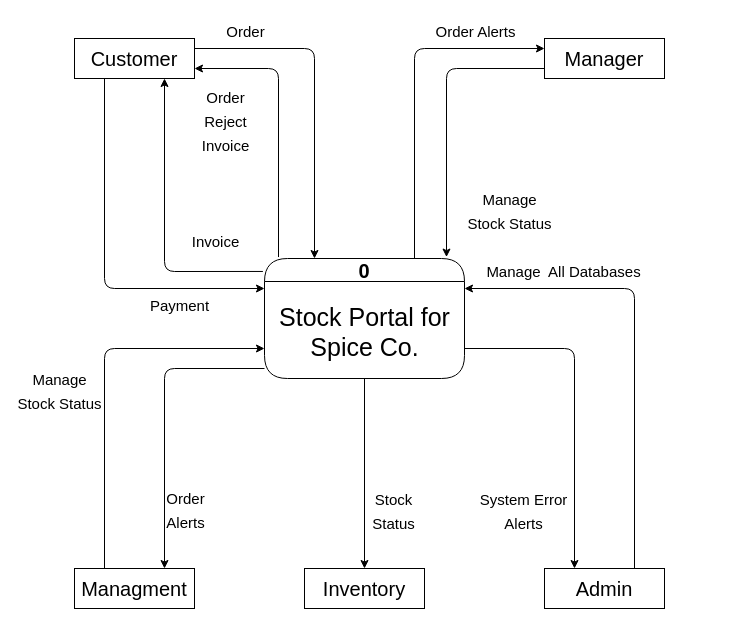
AnushkaIsuranga/Stock_Portal_for_Spice_Co. keeps this draw.io diagram as Documentation/Charts/DFD(Context).drawio. Above is the earlier version. Source tidied: cells renumbered, new cells numbered last; positions are measured from the earlier drawing's top-left corner, leaving out a move shared by most shapes. Both pictures are drawn from the tidied source at 100%, with x=0, y=0 at pixel (54, 28).
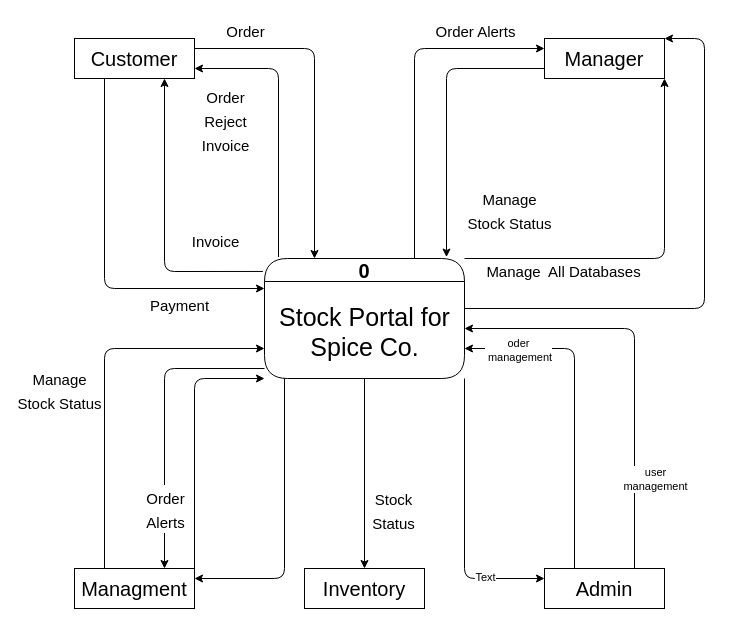
After the change.

Unchanged cells that the change refers to:
```xml
<mxCell id="2" value="&lt;font style=&quot;font-size: 20px;&quot;&gt;0&lt;/font&gt;" style="swimlane;whiteSpace=wrap;html=1;rounded=1;arcSize=50;" parent="1" vertex="1">
  <mxGeometry x="210" y="230" width="200" height="120" as="geometry" />
</mxCell>
<mxCell id="5" value="&lt;div style=&quot;text-align: start;&quot;&gt;&lt;font style=&quot;background-color: initial; font-size: 20px;&quot;&gt;Manager&lt;/font&gt;&lt;span style=&quot;background-color: initial; font-size: 0px;&quot;&gt;&lt;font face=&quot;monospace&quot; color=&quot;rgba(0, 0, 0, 0)&quot;&gt;https://music.youtube.com/watch?v=BXsjKvdEae4&amp;amp;si=lK1nP5Bo9hr5hulV&lt;/font&gt;&lt;/span&gt;&lt;/div&gt;" style="rounded=0;whiteSpace=wrap;html=1;fontSize=14;" parent="1" vertex="1">
  <mxGeometry x="490" y="10" width="120" height="40" as="geometry" />
</mxCell>
<mxCell id="6" value="&lt;div style=&quot;text-align: start;&quot;&gt;&lt;span style=&quot;font-size: 20px;&quot;&gt;Admin&lt;/span&gt;&lt;/div&gt;" style="rounded=0;whiteSpace=wrap;html=1;fontSize=14;" parent="1" vertex="1">
  <mxGeometry x="490" y="540" width="120" height="40" as="geometry" />
</mxCell>
<mxCell id="8" value="&lt;div style=&quot;text-align: start;&quot;&gt;&lt;span style=&quot;font-size: 20px;&quot;&gt;Managment&lt;/span&gt;&lt;/div&gt;" style="rounded=0;whiteSpace=wrap;html=1;fontSize=14;" parent="1" vertex="1">
  <mxGeometry x="20" y="540" width="120" height="40" as="geometry" />
</mxCell>
<mxCell id="9" style="endArrow=classic;html=1;fontSize=20;entryX=0.75;entryY=0;entryDx=0;entryDy=0;" parent="1" edge="1" target="8">
  <mxGeometry relative="1" as="geometry">
    <mxPoint x="210" y="340" as="sourcePoint" />
    <Array as="points">
      <mxPoint x="110" y="340" />
    </Array>
  </mxGeometry>
</mxCell>
```

What changed in the source:
```diff
@@
+    <mxCell id="31" style="edgeStyle=none;html=1;entryX=1;entryY=0.25;entryDx=0;entryDy=0;" parent="1" edge="1" target="8">
+      <mxGeometry relative="1" as="geometry">
+        <mxPoint x="230" y="350" as="sourcePoint" />
+        <Array as="points">
+          <mxPoint x="230" y="550" />
+        </Array>
+      </mxGeometry>
+    </mxCell>
+    <mxCell id="32" style="edgeStyle=none;html=1;exitX=1;exitY=1;exitDx=0;exitDy=0;entryX=0;entryY=0.25;entryDx=0;entryDy=0;" parent="1" edge="1" source="2" target="6">
+      <mxGeometry relative="1" as="geometry">
+        <Array as="points">
+          <mxPoint x="410" y="550" />
+        </Array>
+      </mxGeometry>
+    </mxCell>
+    <mxCell id="33" value="Text" style="edgeLabel;html=1;align=center;verticalAlign=middle;" parent="32" vertex="1">
+      <mxGeometry x="0.57" y="2" relative="1" as="geometry" />
+    </mxCell>
@@
+    <mxCell id="34" style="edgeStyle=none;html=1;exitX=1;exitY=0.5;exitDx=0;exitDy=0;entryX=0;entryY=1;entryDx=0;entryDy=0;" parent="1" edge="1" source="8" target="2">
+      <mxGeometry relative="1" as="geometry">
+        <Array as="points">
+          <mxPoint x="140" y="350" />
+        </Array>
+      </mxGeometry>
+    </mxCell>
@@
     <mxCell id="10" value="&lt;font style=&quot;font-size: 15px;&quot;&gt;Order&lt;br&gt;Alerts&lt;br&gt;&lt;/font&gt;" style="edgeLabel;html=1;align=center;verticalAlign=middle;fontSize=20;" parent="9" vertex="1">
       <mxGeometry x="0.65" y="1" relative="1" as="geometry">
-        <mxPoint x="19" y="-9" as="offset" />
+        <mxPoint x="-1" y="-9" as="offset" />
       </mxGeometry>
     </mxCell>
@@
-    <mxCell id="19" style="endArrow=classic;html=1;fontSize=20;exitX=1;exitY=0.75;exitDx=0;exitDy=0;entryX=0.25;entryY=0;entryDx=0;entryDy=0;" parent="1" edge="1" source="2" target="6">
+    <mxCell id="19" style="endArrow=classic;html=1;fontSize=20;entryX=1;entryY=0.75;entryDx=0;entryDy=0;" parent="1" edge="1" target="2">
       <mxGeometry relative="1" as="geometry">
+        <mxPoint x="520" y="540" as="sourcePoint" />
         <Array as="points">
           <mxPoint x="520" y="320" />
         </Array>
       </mxGeometry>
     </mxCell>
+    <mxCell id="35" value="oder&lt;br&gt;&amp;nbsp;management" style="edgeLabel;html=1;align=center;verticalAlign=middle;" parent="19" vertex="1">
+      <mxGeometry x="0.68" y="1" relative="1" as="geometry" />
+    </mxCell>
-    <mxCell id="20" style="endArrow=classic;html=1;fontSize=20;exitX=0.75;exitY=0;exitDx=0;exitDy=0;entryX=1;entryY=0.25;entryDx=0;entryDy=0;" parent="1" edge="1" source="6" target="2">
+    <mxCell id="20" style="endArrow=classic;html=1;fontSize=20;exitX=0.75;exitY=0;exitDx=0;exitDy=0;" parent="1" edge="1" source="6">
       <mxGeometry relative="1" as="geometry">
+        <mxPoint x="410" y="300" as="targetPoint" />
         <Array as="points">
-          <mxPoint x="580" y="260" />
+          <mxPoint x="580" y="300" />
         </Array>
       </mxGeometry>
     </mxCell>
@@
-    <mxCell id="23" value="&lt;font style=&quot;font-size: 15px;&quot;&gt;System Error&lt;br&gt;Alerts&lt;br&gt;&lt;/font&gt;" style="edgeLabel;html=1;align=center;verticalAlign=middle;fontSize=20;" parent="1" vertex="1">
+    <mxCell id="23" value="&lt;font style=&quot;font-size: 15px;&quot;&gt;&lt;br&gt;&lt;/font&gt;" style="edgeLabel;html=1;align=center;verticalAlign=middle;fontSize=20;" parent="1" vertex="1">
       <mxGeometry x="470" y="480" as="geometry">
-        <mxPoint x="-2" as="offset" />
+        <mxPoint x="-24" y="2" as="offset" />
       </mxGeometry>
     </mxCell>
@@
+    <mxCell id="36" style="endArrow=classic;html=1;fontSize=20;entryX=1;entryY=1;entryDx=0;entryDy=0;exitX=1;exitY=0;exitDx=0;exitDy=0;" parent="1" edge="1" source="2" target="5">
+      <mxGeometry relative="1" as="geometry">
+        <Array as="points">
+          <mxPoint x="610" y="230" />
+          <mxPoint x="610" y="50" />
+        </Array>
+      </mxGeometry>
+    </mxCell>
+    <mxCell id="37" style="endArrow=classic;html=1;fontSize=20;entryX=1;entryY=0;entryDx=0;entryDy=0;" parent="1" edge="1" target="5">
+      <mxGeometry relative="1" as="geometry">
+        <mxPoint x="410" y="280" as="sourcePoint" />
+        <Array as="points">
+          <mxPoint x="650" y="280" />
+          <mxPoint x="650" y="10" />
+        </Array>
+      </mxGeometry>
+    </mxCell>
+    <mxCell id="38" value="user &lt;br&gt;management" style="edgeLabel;html=1;align=center;verticalAlign=middle;" parent="1" vertex="1">
+      <mxGeometry x="600" y="450" as="geometry" />
+    </mxCell>
```
